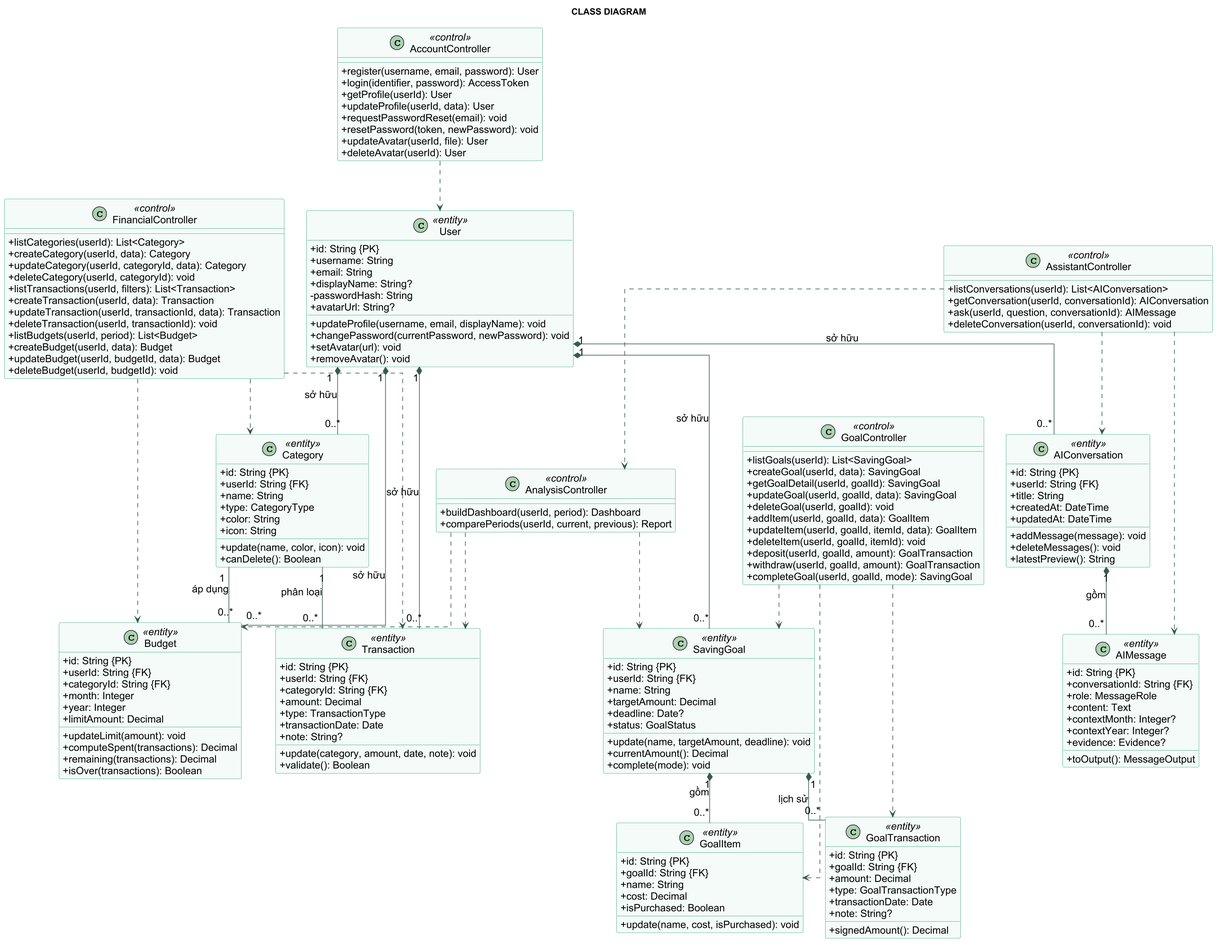
Earlier version of the PlantUML export docs/diagrams/uml/class-design/class-design.png (daominhtam2k6/Expense-Management-Ai-Integration).
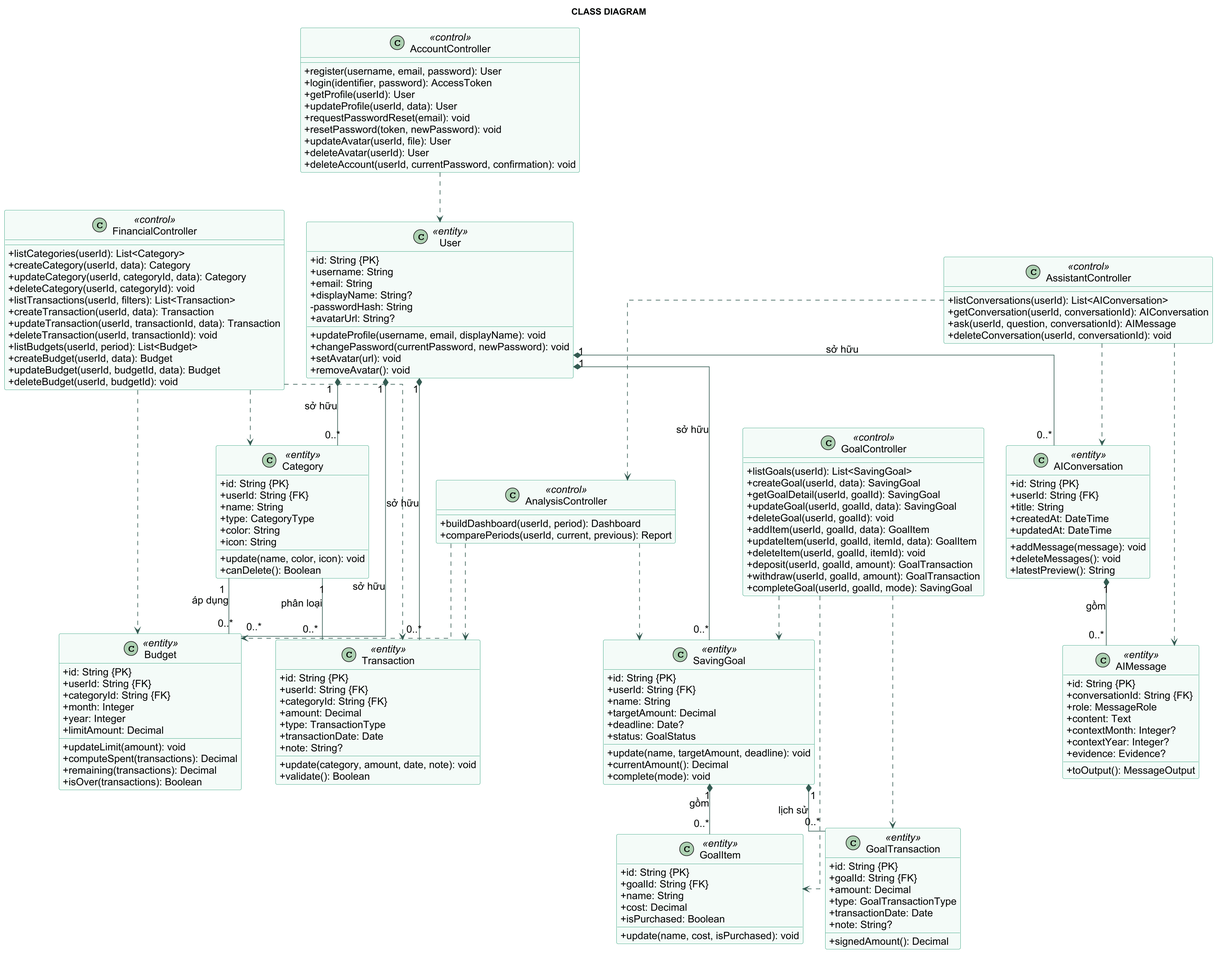
Above is the later version.

Diff of the diagram source:
```diff
@@ -24,6 +24,7 @@
   + resetPassword(token, newPassword): void
   + updateAvatar(userId, file): User
   + deleteAvatar(userId): User
+  + deleteAccount(userId, currentPassword, confirmation): void
 }
 
 class FinancialController <<control>> {
```
